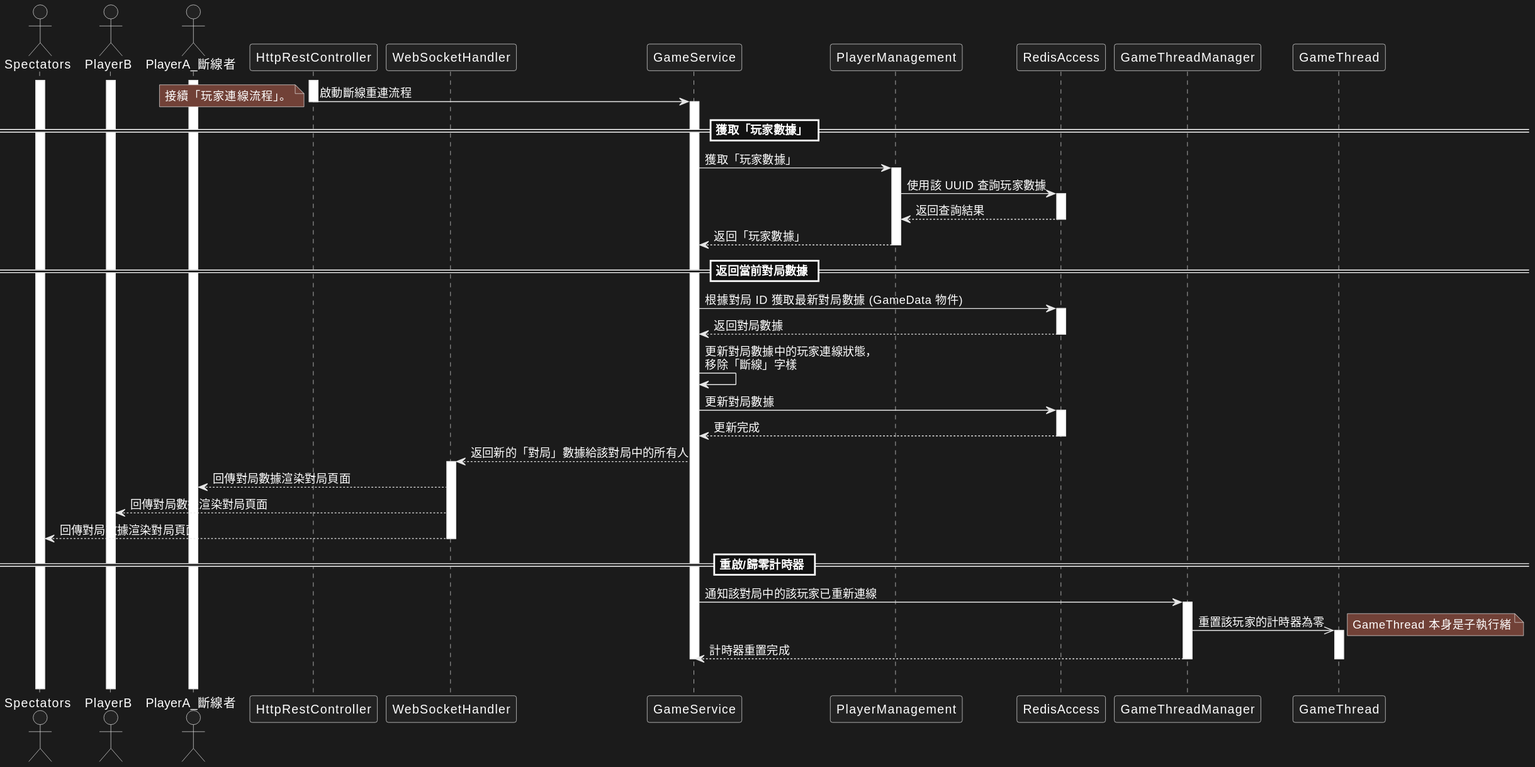
Before: docs/images/SequenceDiagram(10).svg, a diagram exported from PlantUML (LYH-94/reversi_online).
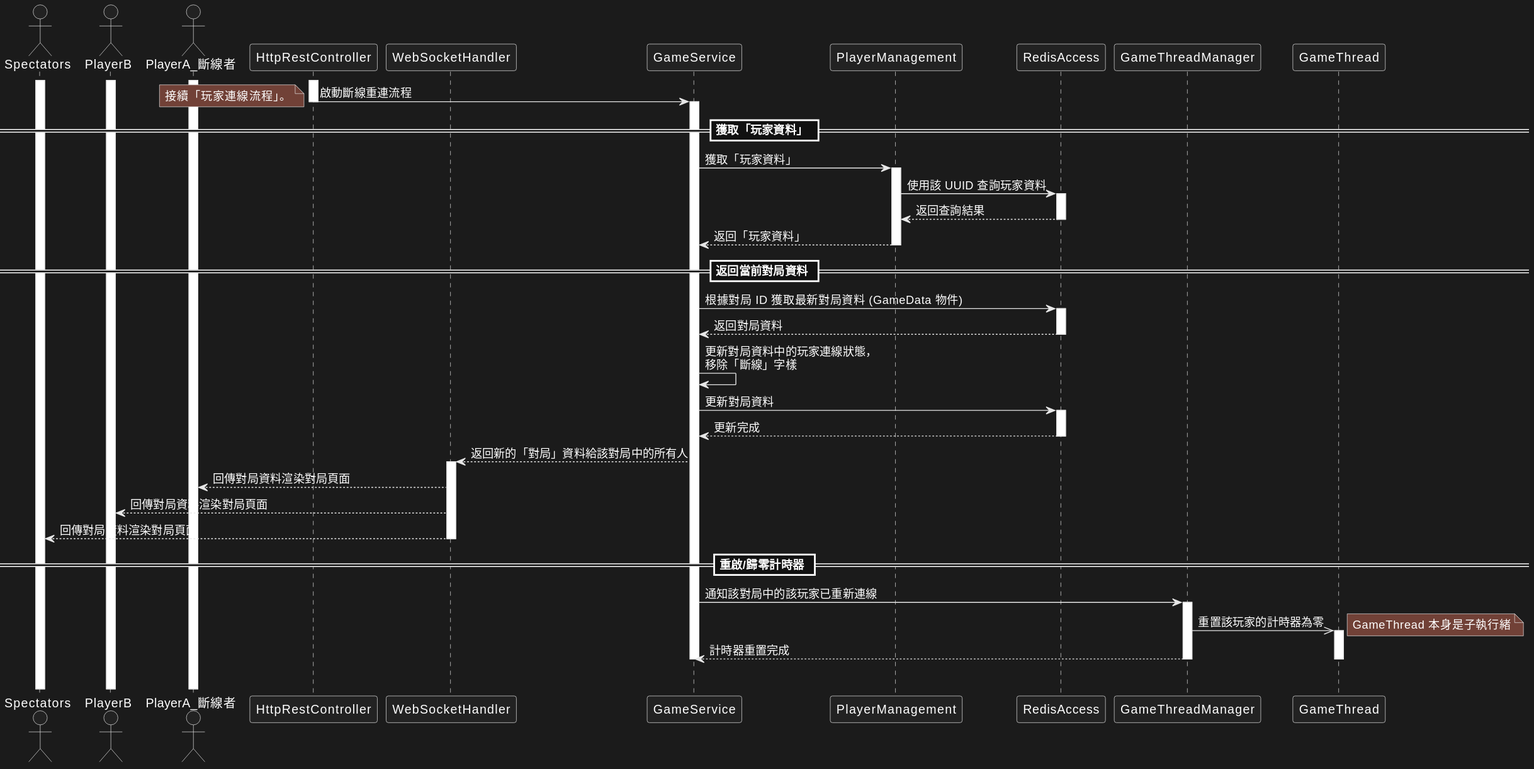
The same file after the commit.

Change to the diagram source:
```diff
@@ -19,25 +19,25 @@
 GameService ++
 note left : 接續「玩家連線流程」。
 
-== 獲取「玩家數據」 ==
-GameService -> PlayerManagement ++ : 獲取「玩家數據」
-PlayerManagement -> RedisAccess ++ : 使用該 UUID 查詢玩家數據
+== 獲取「玩家資料」 ==
+GameService -> PlayerManagement ++ : 獲取「玩家資料」
+PlayerManagement -> RedisAccess ++ : 使用該 UUID 查詢玩家資料
 PlayerManagement <-- RedisAccess -- : 返回查詢結果
-GameService <-- PlayerManagement -- : 返回「玩家數據」
+GameService <-- PlayerManagement -- : 返回「玩家資料」
 
-== 返回當前對局數據 ==
-GameService -> RedisAccess ++ : 根據對局 ID 獲取最新對局數據 (GameData 物件)
-GameService <-- RedisAccess -- : 返回對局數據
+== 返回當前對局資料 ==
+GameService -> RedisAccess ++ : 根據對局 ID 獲取最新對局資料 (GameData 物件)
+GameService <-- RedisAccess -- : 返回對局資料
 
-GameService -> GameService : 更新對局數據中的玩家連線狀態，\n移除「斷線」字樣
+GameService -> GameService : 更新對局資料中的玩家連線狀態，\n移除「斷線」字樣
 
-GameService ->  RedisAccess ++ : 更新對局數據
+GameService ->  RedisAccess ++ : 更新對局資料
 GameService <--  RedisAccess -- : 更新完成
 
-GameService --> WebSocketHandler ++ : 返回新的「對局」數據給該對局中的所有人
-WebSocketHandler --> PlayerA : 回傳對局數據渲染對局頁面
-WebSocketHandler --> PlayerB : 回傳對局數據渲染對局頁面
-WebSocketHandler --> Spectators -- : 回傳對局數據渲染對局頁面
+GameService --> WebSocketHandler ++ : 返回新的「對局」資料給該對局中的所有人
+WebSocketHandler --> PlayerA : 回傳對局資料渲染對局頁面
+WebSocketHandler --> PlayerB : 回傳對局資料渲染對局頁面
+WebSocketHandler --> Spectators -- : 回傳對局資料渲染對局頁面
 WebSocketHandler --
 
 == 重啟/歸零計時器 ==
```
